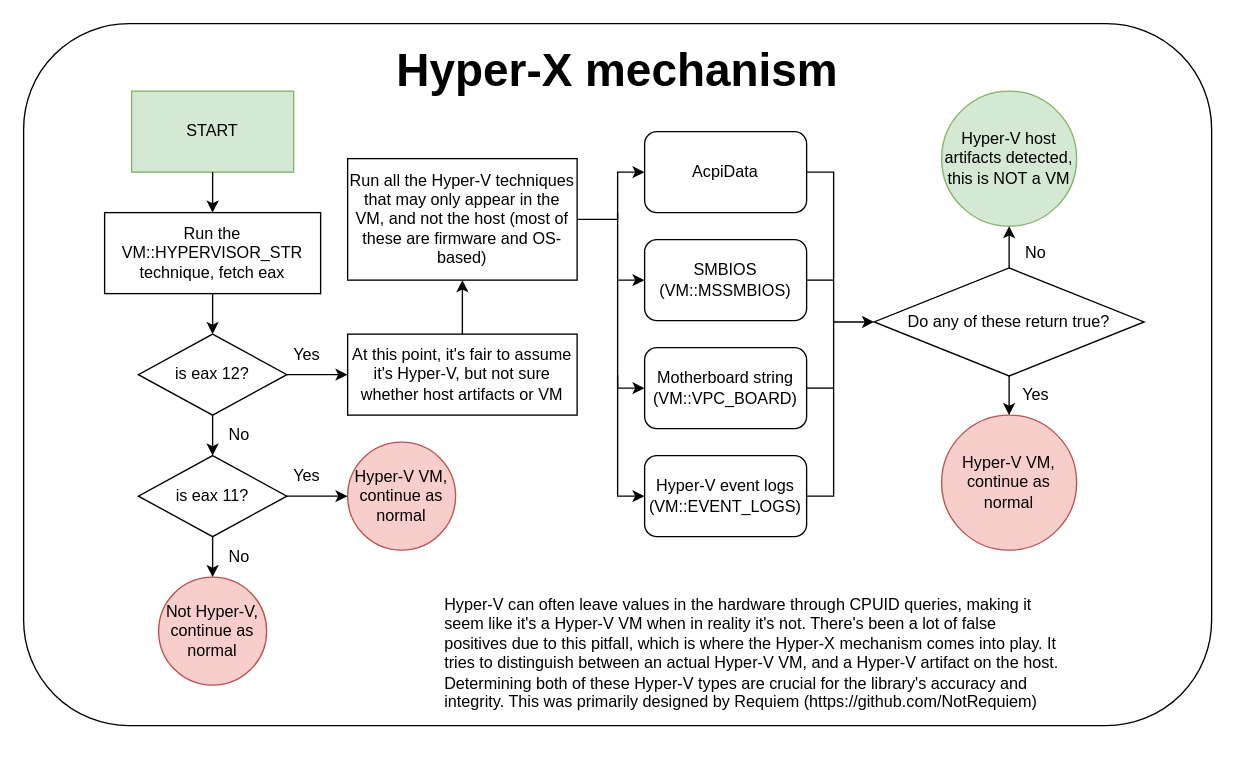
This is assets/Hyper-X.drawio from kernelwernel/VMAware, a draw.io file, before an edit. Source tidied: cells renumbered, new cells numbered last; positions are measured from the earlier drawing's top-left corner, leaving out a move shared by most shapes. Both pictures are drawn from the tidied source at 135%, with x=0, y=0 at pixel (23, 23).
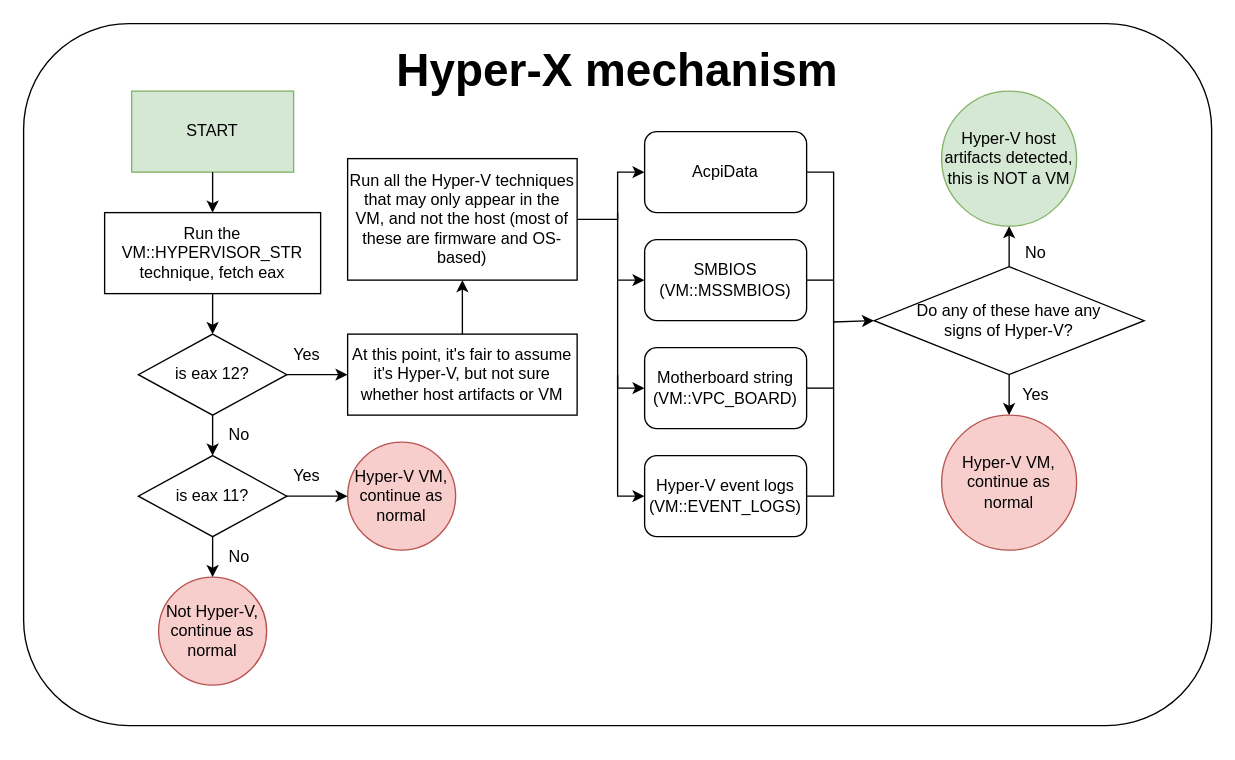
The same page after the edit.

The edit, as a diff of the source:
```diff
@@
-    <mxCell id="32" value="Do any of these return true?" style="rhombus;whiteSpace=wrap;html=1;" parent="1" vertex="1">
-      <mxGeometry x="630" y="181" width="200" height="80" as="geometry" />
+    <mxCell id="32" value="Do any of these have any&lt;br&gt;signs of Hyper-V?" style="rhombus;whiteSpace=wrap;html=1;" parent="1" vertex="1">
+      <mxGeometry x="630" y="180" width="200" height="80" as="geometry" />
     </mxCell>
@@
-    <mxCell id="42" value="&lt;p&gt;Hyper-V can often leave values in the hardware through CPUID queries, making it seem like it's a Hyper-V VM when in reality it's not. There's been a lot of false positives due to this pitfall, which is where the Hyper-X mechanism comes into play. It tries to distinguish between an actual Hyper-V VM, and a Hyper-V artifact on the host. Determining both of these Hyper-V types are crucial for the library's accuracy and integrity. This was primarily designed by Requiem (https://github.com/NotRequiem)&lt;br&gt;&lt;/p&gt;" style="text;html=1;whiteSpace=wrap;overflow=hidden;rounded=0;" parent="1" vertex="1">
-      <mxGeometry x="310" y="405" width="460" height="120" as="geometry" />
-    </mxCell>
```
